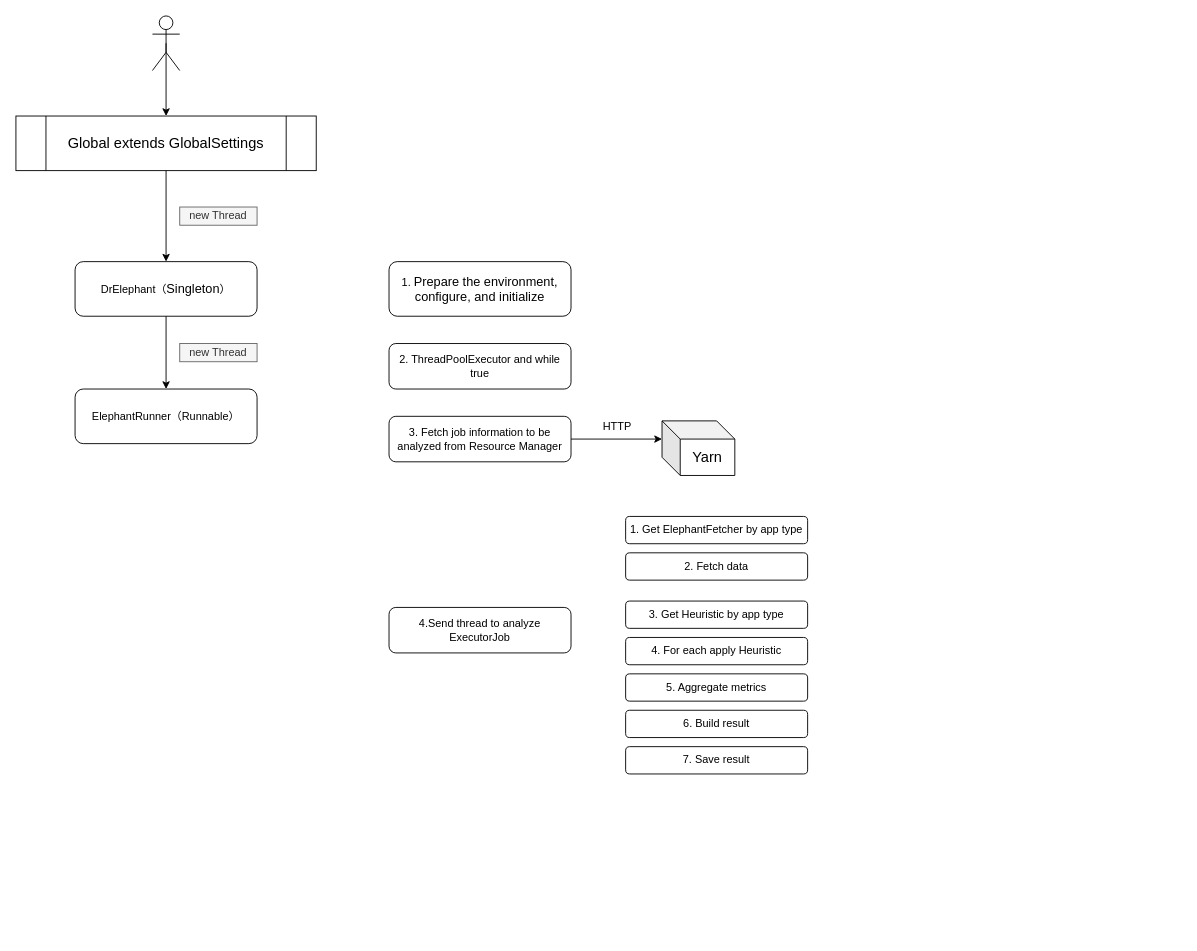
imperio-wxm/draw keeps this draw.io diagram as map/dr-elephant-start.drawio. Above is the earlier version. Source tidied: cells renumbered, new cells numbered last; positions are measured from the earlier drawing's top-left corner, leaving out a move shared by most shapes. Both pictures are drawn from the tidied source at 91%, with x=0, y=0 at pixel (15, 15).
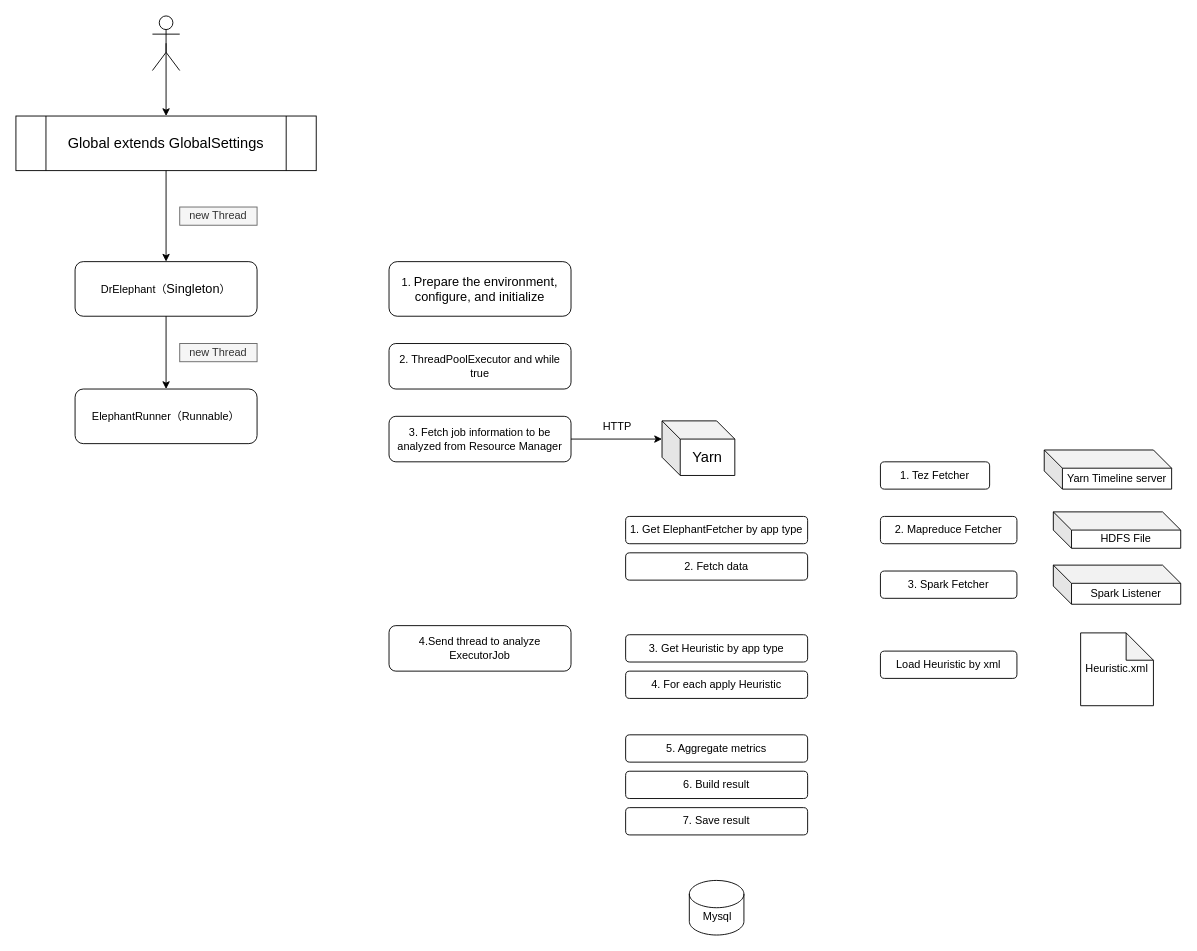
After the change.

Change to the diagram source:
```diff
@@
     <mxCell id="17" value="4.&lt;span&gt;Send thread to analyze ExecutorJob&lt;br&gt;&lt;/span&gt;" style="rounded=1;whiteSpace=wrap;html=1;align=center;" parent="1" vertex="1">
-      <mxGeometry x="410" y="650" width="200" height="50" as="geometry" />
+      <mxGeometry x="410" y="670" width="200" height="50" as="geometry" />
     </mxCell>
@@
     <mxCell id="20" value="3. Get&amp;nbsp;Heuristic by app type" style="rounded=1;whiteSpace=wrap;html=1;" parent="1" vertex="1">
-      <mxGeometry x="670" y="643" width="200" height="30" as="geometry" />
+      <mxGeometry x="670" y="680" width="200" height="30" as="geometry" />
     </mxCell>
     <mxCell id="21" value="4. For each&amp;nbsp;apply Heuristic" style="rounded=1;whiteSpace=wrap;html=1;" parent="1" vertex="1">
-      <mxGeometry x="670" y="683" width="200" height="30" as="geometry" />
+      <mxGeometry x="670" y="720" width="200" height="30" as="geometry" />
     </mxCell>
     <mxCell id="22" value="5. Aggregate metrics" style="rounded=1;whiteSpace=wrap;html=1;" parent="1" vertex="1">
-      <mxGeometry x="670" y="723" width="200" height="30" as="geometry" />
+      <mxGeometry x="670" y="790" width="200" height="30" as="geometry" />
     </mxCell>
     <mxCell id="23" value="6. Build result" style="rounded=1;whiteSpace=wrap;html=1;" parent="1" vertex="1">
-      <mxGeometry x="670" y="763" width="200" height="30" as="geometry" />
+      <mxGeometry x="670" y="830" width="200" height="30" as="geometry" />
     </mxCell>
     <mxCell id="24" value="7. Save result" style="rounded=1;whiteSpace=wrap;html=1;" parent="1" vertex="1">
-      <mxGeometry x="670" y="803" width="200" height="30" as="geometry" />
+      <mxGeometry x="670" y="870" width="200" height="30" as="geometry" />
     </mxCell>
+    <mxCell id="25" value="1. Tez Fetcher" style="rounded=1;whiteSpace=wrap;html=1;align=center;" parent="1" vertex="1">
+      <mxGeometry x="950" y="490" width="120" height="30" as="geometry" />
+    </mxCell>
+    <mxCell id="26" value="2. Mapreduce Fetcher" style="rounded=1;whiteSpace=wrap;html=1;align=center;" parent="1" vertex="1">
+      <mxGeometry x="950" y="550" width="150" height="30" as="geometry" />
+    </mxCell>
+    <mxCell id="27" value="3. Spark Fetcher" style="rounded=1;whiteSpace=wrap;html=1;align=center;" parent="1" vertex="1">
+      <mxGeometry x="950" y="610" width="150" height="30" as="geometry" />
+    </mxCell>
+    <mxCell id="28" value="&lt;font style=&quot;font-size: 12px&quot;&gt;Yarn Timeline server&lt;/font&gt;" style="shape=cube;whiteSpace=wrap;html=1;boundedLbl=1;backgroundOutline=1;darkOpacity=0.05;darkOpacity2=0.1;align=center;" parent="1" vertex="1">
+      <mxGeometry x="1130" y="477" width="140" height="43" as="geometry" />
+    </mxCell>
+    <mxCell id="29" value="&lt;font style=&quot;font-size: 12px&quot;&gt;HDFS File&lt;/font&gt;" style="shape=cube;whiteSpace=wrap;html=1;boundedLbl=1;backgroundOutline=1;darkOpacity=0.05;darkOpacity2=0.1;align=center;" parent="1" vertex="1">
+      <mxGeometry x="1140" y="545" width="140" height="40" as="geometry" />
+    </mxCell>
+    <mxCell id="30" value="&lt;font style=&quot;font-size: 12px&quot;&gt;Spark&amp;nbsp;&lt;/font&gt;Listener" style="shape=cube;whiteSpace=wrap;html=1;boundedLbl=1;backgroundOutline=1;darkOpacity=0.05;darkOpacity2=0.1;align=center;" parent="1" vertex="1">
+      <mxGeometry x="1140" y="603.5" width="140" height="43" as="geometry" />
+    </mxCell>
+    <mxCell id="31" style="group;" parent="1" vertex="1">
+      <mxGeometry x="740" y="950" width="60" height="60" as="geometry" />
+    </mxCell>
+    <mxCell id="32" style="shape=cylinder2;whiteSpace=wrap;html=1;boundedLbl=1;backgroundOutline=1;size=15;align=center;" parent="31" vertex="1">
+      <mxGeometry width="60" height="60" as="geometry" />
+    </mxCell>
+    <mxCell id="33" value="Mysql" style="text;html=1;strokeColor=none;fillColor=none;align=center;verticalAlign=middle;whiteSpace=wrap;rounded=0;" parent="31" vertex="1">
+      <mxGeometry x="11" y="30" width="40" height="20" as="geometry" />
+    </mxCell>
+    <mxCell id="34" value="Load Heuristic by xml" style="rounded=1;whiteSpace=wrap;html=1;align=center;" parent="1" vertex="1">
+      <mxGeometry x="950" y="698" width="150" height="30" as="geometry" />
+    </mxCell>
+    <mxCell id="35" value="Heuristic.xml" style="shape=note;whiteSpace=wrap;html=1;backgroundOutline=1;darkOpacity=0.05;align=center;" parent="1" vertex="1">
+      <mxGeometry x="1170" y="678" width="80" height="80" as="geometry" />
+    </mxCell>
```
